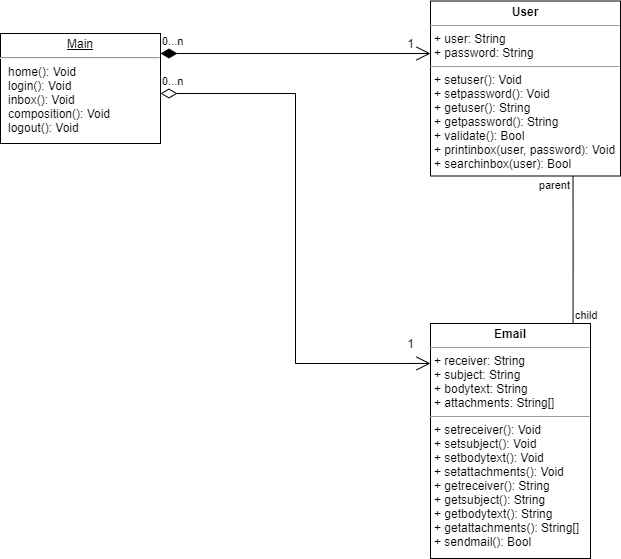
Above: docs/Class_Diagram.png in Intro-to-SE-Lab-Fall-21/Group08 (draw.io), before the change. Source tidied: cells renumbered, new cells last; positions are measured from the earlier drawing's top-left corner, leaving out a move shared by most shapes. Source of this version:
```xml
<mxGraphModel>
  <root>
    <mxCell id="0" />
    <mxCell id="1" parent="0" />
    <mxCell id="2" value="&lt;p style=&quot;margin: 0px ; margin-top: 4px ; text-align: center&quot;&gt;&lt;b&gt;Email&lt;/b&gt;&lt;br&gt;&lt;/p&gt;&lt;hr size=&quot;1&quot;&gt;&lt;p style=&quot;margin: 0px ; margin-left: 4px&quot;&gt;+ receiver: String&lt;/p&gt;&lt;p style=&quot;margin: 0px ; margin-left: 4px&quot;&gt;+ subject: String&lt;br&gt;&lt;/p&gt;&lt;p style=&quot;margin: 0px ; margin-left: 4px&quot;&gt;+ bodytext: String&lt;/p&gt;&lt;p style=&quot;margin: 0px ; margin-left: 4px&quot;&gt;+ attachments: String[]&lt;br&gt;&lt;/p&gt;&lt;hr size=&quot;1&quot;&gt;&lt;p style=&quot;margin: 0px ; margin-left: 4px&quot;&gt;+ setreceiver(): Void&lt;/p&gt;&lt;p style=&quot;margin: 0px ; margin-left: 4px&quot;&gt;+ setsubject(): Void&lt;br&gt;&lt;/p&gt;&lt;p style=&quot;margin: 0px ; margin-left: 4px&quot;&gt;+ setbodytext(): Void&lt;/p&gt;&lt;p style=&quot;margin: 0px ; margin-left: 4px&quot;&gt;+ setattachments(): Void&lt;br&gt;&lt;/p&gt;&lt;p style=&quot;margin: 0px ; margin-left: 4px&quot;&gt;+ getreceiver(): String&lt;/p&gt;&lt;p style=&quot;margin: 0px ; margin-left: 4px&quot;&gt;+ getsubject(): String&lt;/p&gt;&lt;p style=&quot;margin: 0px ; margin-left: 4px&quot;&gt;+ getbodytext(): String&lt;/p&gt;&lt;p style=&quot;margin: 0px ; margin-left: 4px&quot;&gt;+ getattachments(): String[]&lt;br&gt;&lt;/p&gt;&lt;p style=&quot;margin: 0px ; margin-left: 4px&quot;&gt;+ sendmail(): Bool&lt;br&gt;&lt;/p&gt;" style="verticalAlign=top;align=left;overflow=fill;fontSize=12;fontFamily=Helvetica;html=1;fontColor=#000000;fillColor=#FFFFFF;" parent="1" vertex="1">
      <mxGeometry x="430" y="322" width="160" height="235" as="geometry" />
    </mxCell>
    <mxCell id="3" value="&lt;p style=&quot;margin: 0px ; margin-top: 4px ; text-align: center&quot;&gt;&lt;b&gt;User&lt;/b&gt;&lt;br&gt;&lt;/p&gt;&lt;hr size=&quot;1&quot;&gt;&lt;p style=&quot;margin: 0px ; margin-left: 4px&quot;&gt;+ user: String&lt;/p&gt;&lt;p style=&quot;margin: 0px ; margin-left: 4px&quot;&gt;+ password: String&lt;br&gt;&lt;/p&gt;&lt;hr size=&quot;1&quot;&gt;&lt;p style=&quot;margin: 0px ; margin-left: 4px&quot;&gt;+ setuser(): Void&lt;/p&gt;&lt;p style=&quot;margin: 0px ; margin-left: 4px&quot;&gt;+ setpassword(): Void&lt;/p&gt;&lt;p style=&quot;margin: 0px ; margin-left: 4px&quot;&gt;+ getuser(): String&lt;br&gt;&lt;/p&gt;&lt;p style=&quot;margin: 0px ; margin-left: 4px&quot;&gt;+ getpassword(): String&lt;br&gt;&lt;/p&gt;&lt;p style=&quot;margin: 0px ; margin-left: 4px&quot;&gt;+ validate(): Bool&lt;/p&gt;&lt;p style=&quot;margin: 0px ; margin-left: 4px&quot;&gt;+ printinbox(user, password): Void&lt;/p&gt;&lt;p style=&quot;margin: 0px ; margin-left: 4px&quot;&gt;+ searchinbox(user): Bool&lt;br&gt;&lt;/p&gt;" style="verticalAlign=top;align=left;overflow=fill;fontSize=12;fontFamily=Helvetica;html=1;fontColor=#000000;fillColor=#FFFFFF;" parent="1" vertex="1">
      <mxGeometry x="430" y="-0.5" width="190" height="175" as="geometry" />
    </mxCell>
    <mxCell id="4" value="&lt;p style=&quot;margin: 0px ; margin-top: 4px ; text-align: center ; text-decoration: underline&quot;&gt;Main&lt;br&gt;&lt;/p&gt;&lt;hr&gt;&lt;p style=&quot;margin: 0px ; margin-left: 8px&quot;&gt;home(): Void&lt;/p&gt;&lt;p style=&quot;margin: 0px ; margin-left: 8px&quot;&gt;login(): Void&lt;/p&gt;&lt;p style=&quot;margin: 0px ; margin-left: 8px&quot;&gt;inbox(): Void&lt;/p&gt;&lt;p style=&quot;margin: 0px ; margin-left: 8px&quot;&gt;composition(): Void&lt;/p&gt;&lt;p style=&quot;margin: 0px ; margin-left: 8px&quot;&gt;logout(): Void&lt;br&gt;&lt;/p&gt;" style="verticalAlign=top;align=left;overflow=fill;fontSize=12;fontFamily=Helvetica;html=1;fontColor=#000000;fillColor=#FFFFFF;" parent="1" vertex="1">
      <mxGeometry y="32" width="160" height="110" as="geometry" />
    </mxCell>
    <mxCell id="5" value="1" style="text;html=1;align=center;verticalAlign=middle;strokeColor=none;fillColor=none;fontColor=#000000;" parent="1" vertex="1">
      <mxGeometry x="400" y="32" width="20" height="20" as="geometry" />
    </mxCell>
    <mxCell id="6" value="1" style="text;html=1;align=center;verticalAlign=middle;strokeColor=none;fillColor=none;fontColor=#000000;" parent="1" vertex="1">
      <mxGeometry x="400" y="332" width="20" height="20" as="geometry" />
    </mxCell>
    <mxCell id="7" style="endArrow=none;html=1;edgeStyle=orthogonalEdgeStyle;rounded=0;fontColor=#000000;exitX=0.891;exitY=0;exitDx=0;exitDy=0;exitPerimeter=0;entryX=0.75;entryY=1;entryDx=0;entryDy=0;" parent="1" edge="1" source="2" target="3">
      <mxGeometry relative="1" as="geometry" />
    </mxCell>
    <mxCell id="8" value="child" style="edgeLabel;html=1;align=left;verticalAlign=bottom;fontColor=#000000;fillColor=#FFFFFF;" parent="7" vertex="1">
      <mxGeometry x="-1" relative="1" as="geometry" />
    </mxCell>
    <mxCell id="9" value="parent" style="edgeLabel;html=1;align=right;verticalAlign=bottom;fontColor=#000000;fillColor=#FFFFFF;" parent="7" vertex="1">
      <mxGeometry x="1" relative="1" as="geometry">
        <mxPoint x="-3" y="18" as="offset" />
      </mxGeometry>
    </mxCell>
    <mxCell id="10" value="0...n" style="endArrow=open;html=1;endSize=12;startArrow=diamondThin;startSize=14;startFill=1;edgeStyle=orthogonalEdgeStyle;align=left;verticalAlign=bottom;rounded=0;fontColor=#000000;entryX=0;entryY=0.3;entryDx=0;entryDy=0;entryPerimeter=0;" parent="1" edge="1" target="3">
      <mxGeometry x="-1" y="3" relative="1" as="geometry">
        <mxPoint x="160" y="52" as="sourcePoint" />
      </mxGeometry>
    </mxCell>
    <mxCell id="11" value="0...n" style="endArrow=open;html=1;endSize=12;startArrow=diamondThin;startSize=14;startFill=0;edgeStyle=orthogonalEdgeStyle;align=left;verticalAlign=bottom;rounded=0;fontColor=#000000;entryX=0;entryY=0.17;entryDx=0;entryDy=0;entryPerimeter=0;" parent="1" edge="1" target="2">
      <mxGeometry x="-1" y="3" relative="1" as="geometry">
        <mxPoint x="160" y="92" as="sourcePoint" />
      </mxGeometry>
    </mxCell>
  </root>
</mxGraphModel>
```
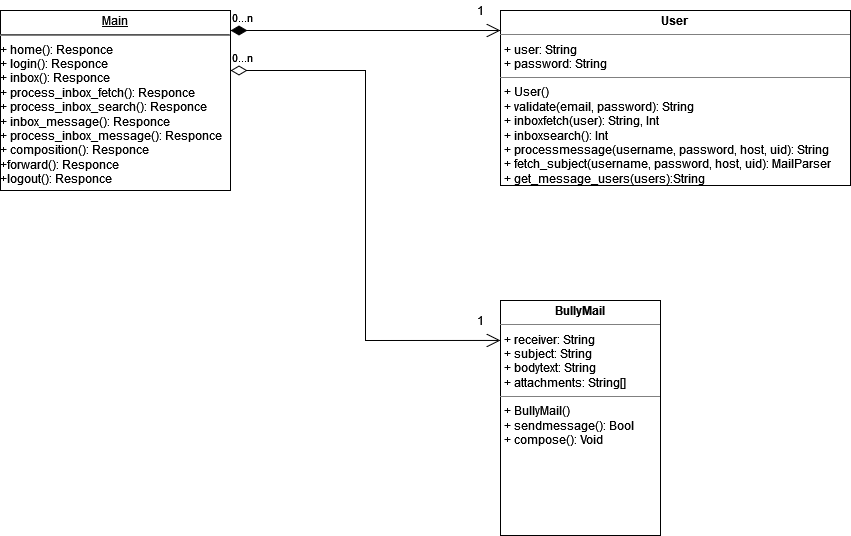
Above is the later version.

Commit message:
Updated class diagram that reflects the final version 1.0 build. #50

What changed in the source:
```diff
@@ -2,35 +2,28 @@
   <root>
     <mxCell id="0" />
     <mxCell id="1" parent="0" />
-    <mxCell id="2" value="&lt;p style=&quot;margin: 0px ; margin-top: 4px ; text-align: center&quot;&gt;&lt;b&gt;Email&lt;/b&gt;&lt;br&gt;&lt;/p&gt;&lt;hr size=&quot;1&quot;&gt;&lt;p style=&quot;margin: 0px ; margin-left: 4px&quot;&gt;+ receiver: String&lt;/p&gt;&lt;p style=&quot;margin: 0px ; margin-left: 4px&quot;&gt;+ subject: String&lt;br&gt;&lt;/p&gt;&lt;p style=&quot;margin: 0px ; margin-left: 4px&quot;&gt;+ bodytext: String&lt;/p&gt;&lt;p style=&quot;margin: 0px ; margin-left: 4px&quot;&gt;+ attachments: String[]&lt;br&gt;&lt;/p&gt;&lt;hr size=&quot;1&quot;&gt;&lt;p style=&quot;margin: 0px ; margin-left: 4px&quot;&gt;+ setreceiver(): Void&lt;/p&gt;&lt;p style=&quot;margin: 0px ; margin-left: 4px&quot;&gt;+ setsubject(): Void&lt;br&gt;&lt;/p&gt;&lt;p style=&quot;margin: 0px ; margin-left: 4px&quot;&gt;+ setbodytext(): Void&lt;/p&gt;&lt;p style=&quot;margin: 0px ; margin-left: 4px&quot;&gt;+ setattachments(): Void&lt;br&gt;&lt;/p&gt;&lt;p style=&quot;margin: 0px ; margin-left: 4px&quot;&gt;+ getreceiver(): String&lt;/p&gt;&lt;p style=&quot;margin: 0px ; margin-left: 4px&quot;&gt;+ getsubject(): String&lt;/p&gt;&lt;p style=&quot;margin: 0px ; margin-left: 4px&quot;&gt;+ getbodytext(): String&lt;/p&gt;&lt;p style=&quot;margin: 0px ; margin-left: 4px&quot;&gt;+ getattachments(): String[]&lt;br&gt;&lt;/p&gt;&lt;p style=&quot;margin: 0px ; margin-left: 4px&quot;&gt;+ sendmail(): Bool&lt;br&gt;&lt;/p&gt;" style="verticalAlign=top;align=left;overflow=fill;fontSize=12;fontFamily=Helvetica;html=1;fontColor=#000000;fillColor=#FFFFFF;" parent="1" vertex="1">
+    <mxCell id="2" value="&lt;p style=&quot;margin: 0px ; margin-top: 4px ; text-align: center&quot;&gt;&lt;b&gt;BullyMail&lt;/b&gt;&lt;br&gt;&lt;/p&gt;&lt;hr size=&quot;1&quot;&gt;&lt;p style=&quot;margin: 0px ; margin-left: 4px&quot;&gt;+ receiver: String&lt;/p&gt;&lt;p style=&quot;margin: 0px ; margin-left: 4px&quot;&gt;+ subject: String&lt;br&gt;&lt;/p&gt;&lt;p style=&quot;margin: 0px ; margin-left: 4px&quot;&gt;+ bodytext: String&lt;/p&gt;&lt;p style=&quot;margin: 0px ; margin-left: 4px&quot;&gt;+ attachments: String[]&lt;br&gt;&lt;/p&gt;&lt;hr size=&quot;1&quot;&gt;&lt;span style=&quot;white-space: pre&quot;&gt;&lt;/span&gt;&lt;p style=&quot;margin: 0px ; margin-left: 4px&quot;&gt;+ BullyMail()&lt;br&gt;&lt;/p&gt;&lt;p style=&quot;margin: 0px ; margin-left: 4px&quot;&gt;+ sendmessage(): Bool&lt;/p&gt;&lt;p style=&quot;margin: 0px ; margin-left: 4px&quot;&gt;+ compose(): Void&lt;br&gt;&lt;/p&gt;" style="verticalAlign=top;align=left;overflow=fill;fontSize=12;fontFamily=Helvetica;html=1;fontColor=#000000;fillColor=#FFFFFF;" parent="1" vertex="1">
       <mxGeometry x="430" y="322" width="160" height="235" as="geometry" />
     </mxCell>
-    <mxCell id="3" value="&lt;p style=&quot;margin: 0px ; margin-top: 4px ; text-align: center&quot;&gt;&lt;b&gt;User&lt;/b&gt;&lt;br&gt;&lt;/p&gt;&lt;hr size=&quot;1&quot;&gt;&lt;p style=&quot;margin: 0px ; margin-left: 4px&quot;&gt;+ user: String&lt;/p&gt;&lt;p style=&quot;margin: 0px ; margin-left: 4px&quot;&gt;+ password: String&lt;br&gt;&lt;/p&gt;&lt;hr size=&quot;1&quot;&gt;&lt;p style=&quot;margin: 0px ; margin-left: 4px&quot;&gt;+ setuser(): Void&lt;/p&gt;&lt;p style=&quot;margin: 0px ; margin-left: 4px&quot;&gt;+ setpassword(): Void&lt;/p&gt;&lt;p style=&quot;margin: 0px ; margin-left: 4px&quot;&gt;+ getuser(): String&lt;br&gt;&lt;/p&gt;&lt;p style=&quot;margin: 0px ; margin-left: 4px&quot;&gt;+ getpassword(): String&lt;br&gt;&lt;/p&gt;&lt;p style=&quot;margin: 0px ; margin-left: 4px&quot;&gt;+ validate(): Bool&lt;/p&gt;&lt;p style=&quot;margin: 0px ; margin-left: 4px&quot;&gt;+ printinbox(user, password): Void&lt;/p&gt;&lt;p style=&quot;margin: 0px ; margin-left: 4px&quot;&gt;+ searchinbox(user): Bool&lt;br&gt;&lt;/p&gt;" style="verticalAlign=top;align=left;overflow=fill;fontSize=12;fontFamily=Helvetica;html=1;fontColor=#000000;fillColor=#FFFFFF;" parent="1" vertex="1">
-      <mxGeometry x="430" y="-0.5" width="190" height="175" as="geometry" />
+    <mxCell id="3" value="&lt;p style=&quot;margin: 0px ; margin-top: 4px ; text-align: center&quot;&gt;&lt;b&gt;User&lt;/b&gt;&lt;br&gt;&lt;/p&gt;&lt;hr size=&quot;1&quot;&gt;&lt;p style=&quot;margin: 0px ; margin-left: 4px&quot;&gt;+ user: String&lt;/p&gt;&lt;p style=&quot;margin: 0px ; margin-left: 4px&quot;&gt;+ password: String&lt;br&gt;&lt;/p&gt;&lt;hr size=&quot;1&quot;&gt;&lt;p style=&quot;margin: 0px ; margin-left: 4px&quot;&gt;+ User()&lt;/p&gt;&lt;p style=&quot;margin: 0px ; margin-left: 4px&quot;&gt;+ validate(email, password): String&lt;/p&gt;&lt;p style=&quot;margin: 0px ; margin-left: 4px&quot;&gt;+ inboxfetch(user): String, Int&lt;/p&gt;&lt;p style=&quot;margin: 0px ; margin-left: 4px&quot;&gt;+ inboxsearch(): Int&lt;/p&gt;&lt;p style=&quot;margin: 0px ; margin-left: 4px&quot;&gt;+ processmessage(username, password, host, uid): String&lt;/p&gt;&lt;p style=&quot;margin: 0px ; margin-left: 4px&quot;&gt;+ fetch_subject(username, password, host, uid): MailParser&lt;/p&gt;&lt;p style=&quot;margin: 0px ; margin-left: 4px&quot;&gt;+ get_message_users(users):String&lt;br&gt;&lt;/p&gt;&lt;p style=&quot;margin: 0px ; margin-left: 4px&quot;&gt;&lt;br&gt;&lt;/p&gt;" style="verticalAlign=top;align=left;overflow=fill;fontSize=12;fontFamily=Helvetica;html=1;fontColor=#000000;fillColor=#FFFFFF;" parent="1" vertex="1">
+      <mxGeometry x="430" y="32" width="350" height="175" as="geometry" />
     </mxCell>
-    <mxCell id="4" value="&lt;p style=&quot;margin: 0px ; margin-top: 4px ; text-align: center ; text-decoration: underline&quot;&gt;Main&lt;br&gt;&lt;/p&gt;&lt;hr&gt;&lt;p style=&quot;margin: 0px ; margin-left: 8px&quot;&gt;home(): Void&lt;/p&gt;&lt;p style=&quot;margin: 0px ; margin-left: 8px&quot;&gt;login(): Void&lt;/p&gt;&lt;p style=&quot;margin: 0px ; margin-left: 8px&quot;&gt;inbox(): Void&lt;/p&gt;&lt;p style=&quot;margin: 0px ; margin-left: 8px&quot;&gt;composition(): Void&lt;/p&gt;&lt;p style=&quot;margin: 0px ; margin-left: 8px&quot;&gt;logout(): Void&lt;br&gt;&lt;/p&gt;" style="verticalAlign=top;align=left;overflow=fill;fontSize=12;fontFamily=Helvetica;html=1;fontColor=#000000;fillColor=#FFFFFF;" parent="1" vertex="1">
-      <mxGeometry y="32" width="160" height="110" as="geometry" />
+    <mxCell id="4" value="&lt;p style=&quot;margin: 0px ; margin-top: 4px ; text-align: center ; text-decoration: underline&quot;&gt;Main&lt;br&gt;&lt;/p&gt;&lt;hr&gt;&lt;div&gt;+ home(): Responce&lt;/div&gt;&lt;div&gt;+ login(): Responce&lt;/div&gt;&lt;div&gt;+ inbox(): Responce&lt;/div&gt;&lt;div&gt;+ process_inbox_fetch(): Responce&lt;/div&gt;&lt;div&gt;+ process_inbox_search(): Responce&lt;/div&gt;&lt;div&gt;+ inbox_message(): Responce&lt;/div&gt;&lt;div&gt;+ process_inbox_message(): Responce&lt;/div&gt;&lt;div&gt;+ composition(): Responce&lt;/div&gt;&lt;div&gt;+forward(): Responce&lt;/div&gt;&lt;div&gt;+logout(): Responce&lt;br&gt;&lt;/div&gt;" style="verticalAlign=top;align=left;overflow=fill;fontSize=12;fontFamily=Helvetica;html=1;fontColor=#000000;fillColor=#FFFFFF;" parent="1" vertex="1">
+      <mxGeometry x="-70" y="32" width="230" height="180" as="geometry" />
     </mxCell>
     <mxCell id="5" value="1" style="text;html=1;align=center;verticalAlign=middle;strokeColor=none;fillColor=none;fontColor=#000000;" parent="1" vertex="1">
-      <mxGeometry x="400" y="32" width="20" height="20" as="geometry" />
+      <mxGeometry x="400" y="22" width="20" height="20" as="geometry" />
     </mxCell>
     <mxCell id="6" value="1" style="text;html=1;align=center;verticalAlign=middle;strokeColor=none;fillColor=none;fontColor=#000000;" parent="1" vertex="1">
       <mxGeometry x="400" y="332" width="20" height="20" as="geometry" />
     </mxCell>
-    <mxCell id="7" style="endArrow=none;html=1;edgeStyle=orthogonalEdgeStyle;rounded=0;fontColor=#000000;exitX=0.891;exitY=0;exitDx=0;exitDy=0;exitPerimeter=0;entryX=0.75;entryY=1;entryDx=0;entryDy=0;" parent="1" edge="1" source="2" target="3">
-      <mxGeometry relative="1" as="geometry" />
-    </mxCell>
-    <mxCell id="8" value="child" style="edgeLabel;html=1;align=left;verticalAlign=bottom;fontColor=#000000;fillColor=#FFFFFF;" parent="7" vertex="1">
-      <mxGeometry x="-1" relative="1" as="geometry" />
-    </mxCell>
-    <mxCell id="9" value="parent" style="edgeLabel;html=1;align=right;verticalAlign=bottom;fontColor=#000000;fillColor=#FFFFFF;" parent="7" vertex="1">
-      <mxGeometry x="1" relative="1" as="geometry">
-        <mxPoint x="-3" y="18" as="offset" />
-      </mxGeometry>
-    </mxCell>
-    <mxCell id="10" value="0...n" style="endArrow=open;html=1;endSize=12;startArrow=diamondThin;startSize=14;startFill=1;edgeStyle=orthogonalEdgeStyle;align=left;verticalAlign=bottom;rounded=0;fontColor=#000000;entryX=0;entryY=0.3;entryDx=0;entryDy=0;entryPerimeter=0;" parent="1" edge="1" target="3">
+    <mxCell id="10" value="0...n" style="endArrow=open;html=1;endSize=12;startArrow=diamondThin;startSize=14;startFill=1;edgeStyle=orthogonalEdgeStyle;align=left;verticalAlign=bottom;rounded=0;fontColor=#000000;" parent="1" edge="1">
       <mxGeometry x="-1" y="3" relative="1" as="geometry">
         <mxPoint x="160" y="52" as="sourcePoint" />
+        <mxPoint x="430" y="52" as="targetPoint" />
+        <Array as="points">
+          <mxPoint x="430" y="52" />
+        </Array>
       </mxGeometry>
     </mxCell>
     <mxCell id="11" value="0...n" style="endArrow=open;html=1;endSize=12;startArrow=diamondThin;startSize=14;startFill=0;edgeStyle=orthogonalEdgeStyle;align=left;verticalAlign=bottom;rounded=0;fontColor=#000000;entryX=0;entryY=0.17;entryDx=0;entryDy=0;entryPerimeter=0;" parent="1" edge="1" target="2">
```
